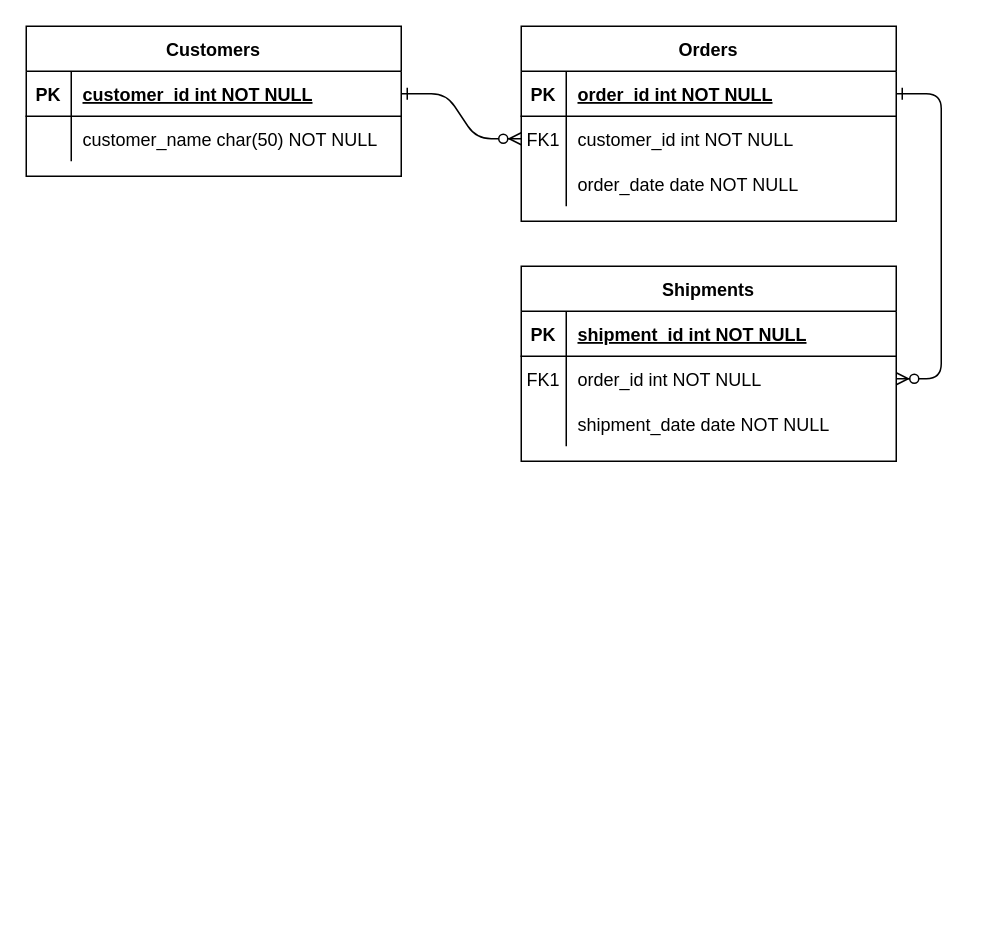
This is er_prictice2.drawio from Y-DIK/DAIHUKU, a draw.io file, before an edit. Source tidied: cells renumbered, new cells numbered last; positions are measured from the earlier drawing's top-left corner, leaving out a move shared by most shapes. Both pictures are drawn from the tidied source at 150%, with x=0, y=0 at pixel (26, 26).
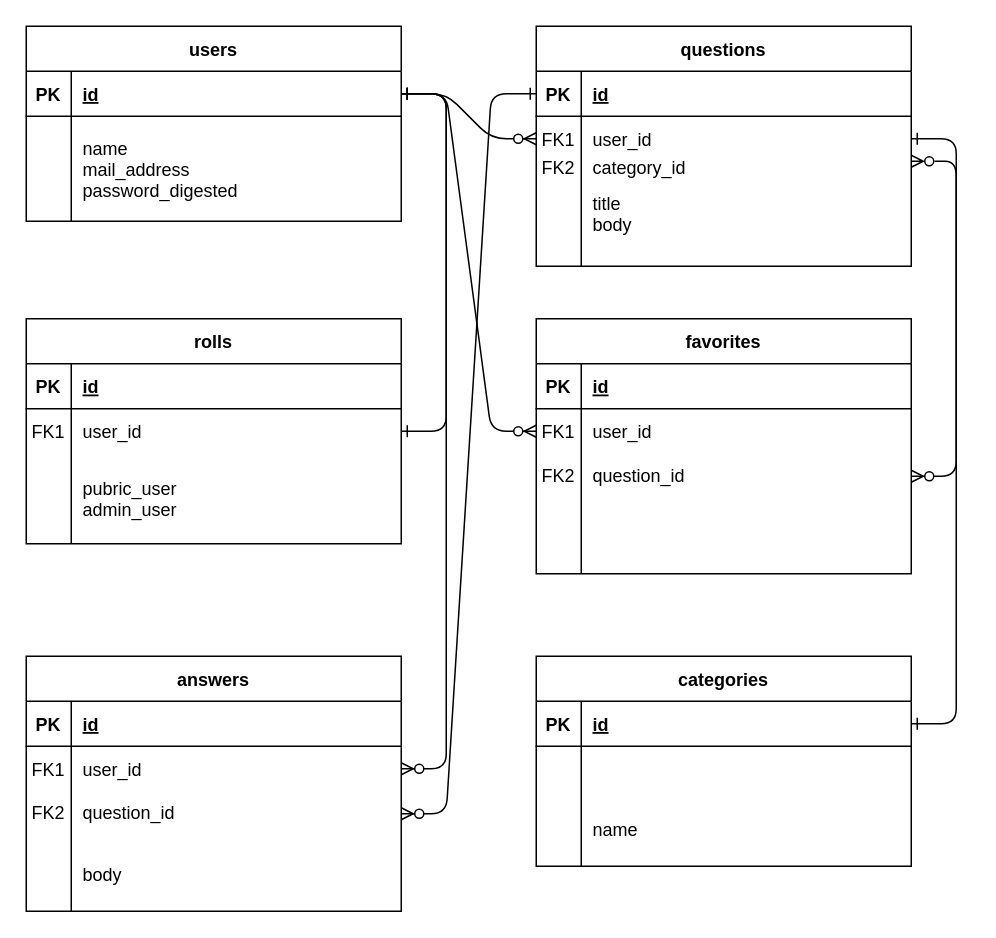
After the change.

Commit message:
er_prictice2.drawio を更新します

Unchanged cells that the change refers to:
```xml
<mxCell id="5" style="shape=partialRectangle;fillColor=none;points=[[0,0.5],[1,0.5]];portConstraint=eastwest;top=0;left=0;right=0;bottom=1;" parent="4" vertex="1">
  <mxGeometry y="30" width="250" height="30" as="geometry" />
</mxCell>
<mxCell id="8" style="shape=partialRectangle;fillColor=none;points=[[0,0.5],[1,0.5]];portConstraint=eastwest;top=0;left=0;right=0;bottom=0;" parent="4" vertex="1">
  <mxGeometry y="60" width="250" height="30" as="geometry" />
</mxCell>
<mxCell id="15" style="shape=partialRectangle;fillColor=none;points=[[0,0.5],[1,0.5]];portConstraint=eastwest;top=0;left=0;right=0;bottom=1;" parent="14" vertex="1">
  <mxGeometry y="30" width="250" height="30" as="geometry" />
</mxCell>
<mxCell id="25" style="shape=partialRectangle;fillColor=none;points=[[0,0.5],[1,0.5]];portConstraint=eastwest;top=0;left=0;right=0;bottom=1;" parent="24" vertex="1">
  <mxGeometry y="30" width="250" height="30" as="geometry" />
</mxCell>
```

What changed in the source:
```diff
@@
-    <mxCell id="2" style="edgeStyle=entityRelationEdgeStyle;endArrow=ERzeroToMany;startArrow=ERone;endFill=1;startFill=0;" parent="1" edge="1" source="25" target="8">
+    <mxCell id="2" style="edgeStyle=entityRelationEdgeStyle;endArrow=ERone;startArrow=ERone;endFill=0;startFill=0;" parent="1" edge="1" source="25" target="8">
       <mxGeometry relative="1" as="geometry" />
     </mxCell>
-    <mxCell id="3" style="edgeStyle=entityRelationEdgeStyle;endArrow=ERzeroToMany;startArrow=ERone;endFill=1;startFill=0;" parent="1" edge="1" source="5" target="18">
-      <mxGeometry relative="1" as="geometry" />
-    </mxCell>
-    <mxCell id="4" value="Orders" style="shape=table;startSize=30;childLayout=tableLayout;rowLines=0;fontStyle=1;align=center;" parent="1" vertex="1">
-      <mxGeometry x="330" width="250" height="130" as="geometry" />
+    <mxCell id="4" value="rolls" style="shape=table;startSize=30;childLayout=tableLayout;rowLines=0;fontStyle=1;align=center;" parent="1" vertex="1">
+      <mxGeometry y="195" width="250" height="150" as="geometry" />
     </mxCell>
@@
-    <mxCell id="7" value="order_id int NOT NULL " style="shape=partialRectangle;overflow=hidden;fillColor=none;top=0;left=0;bottom=0;right=0;align=left;spacingLeft=6;fontStyle=5;" parent="5" vertex="1">
+    <mxCell id="7" value="id" style="shape=partialRectangle;overflow=hidden;fillColor=none;top=0;left=0;bottom=0;right=0;align=left;spacingLeft=6;fontStyle=5;" parent="5" vertex="1">
       <mxGeometry x="30" width="220" height="30" as="geometry" />
     </mxCell>
@@
-    <mxCell id="10" value="customer_id int NOT NULL" style="shape=partialRectangle;overflow=hidden;fillColor=none;top=0;left=0;bottom=0;right=0;align=left;spacingLeft=6;" parent="8" vertex="1">
+    <mxCell id="10" value="user_id" style="shape=partialRectangle;overflow=hidden;fillColor=none;top=0;left=0;bottom=0;right=0;align=left;spacingLeft=6;" parent="8" vertex="1">
       <mxGeometry x="30" width="220" height="30" as="geometry" />
     </mxCell>
     <mxCell id="11" style="shape=partialRectangle;fillColor=none;top=0;left=0;right=0;bottom=0;" parent="4" vertex="1">
-      <mxGeometry y="90" width="250" height="30" as="geometry" />
+      <mxGeometry y="90" width="250" height="60" as="geometry" />
     </mxCell>
     <mxCell id="12" style="shape=partialRectangle;overflow=hidden;fillColor=none;top=0;left=0;bottom=0;right=0;" parent="11" vertex="1">
-      <mxGeometry width="30" height="30" as="geometry" />
+      <mxGeometry width="30" height="60" as="geometry" />
     </mxCell>
-    <mxCell id="13" value="order_date date NOT NULL" style="shape=partialRectangle;overflow=hidden;fillColor=none;top=0;left=0;bottom=0;right=0;align=left;spacingLeft=6;" parent="11" vertex="1">
-      <mxGeometry x="30" width="220" height="30" as="geometry" />
+    <mxCell id="13" value="pubric_user&#10;admin_user" style="shape=partialRectangle;overflow=hidden;fillColor=none;top=0;left=0;bottom=0;right=0;align=left;spacingLeft=6;" parent="11" vertex="1">
+      <mxGeometry x="30" width="220" height="60" as="geometry" />
     </mxCell>
-    <mxCell id="14" value="Shipments" style="shape=table;startSize=30;childLayout=tableLayout;rowLines=0;fontStyle=1;align=center;" parent="1" vertex="1">
-      <mxGeometry x="330" y="160" width="250" height="130" as="geometry" />
+    <mxCell id="14" value="categories" style="shape=table;startSize=30;childLayout=tableLayout;rowLines=0;fontStyle=1;align=center;" parent="1" vertex="1">
+      <mxGeometry x="340" y="420" width="250" height="140" as="geometry" />
     </mxCell>
@@
-    <mxCell id="17" value="shipment_id int NOT NULL " style="shape=partialRectangle;overflow=hidden;fillColor=none;top=0;left=0;bottom=0;right=0;align=left;spacingLeft=6;fontStyle=5;" parent="15" vertex="1">
+    <mxCell id="17" value="id" style="shape=partialRectangle;overflow=hidden;fillColor=none;top=0;left=0;bottom=0;right=0;align=left;spacingLeft=6;fontStyle=5;" parent="15" vertex="1">
       <mxGeometry x="30" width="220" height="30" as="geometry" />
     </mxCell>
+    <mxCell id="31" style="shape=tableRow;horizontal=0;startSize=0;swimlaneHead=0;swimlaneBody=0;fillColor=none;top=0;left=0;right=0;bottom=0;" parent="14" vertex="1">
+      <mxGeometry y="60" width="250" height="30" as="geometry" />
+    </mxCell>
+    <mxCell id="32" style="shape=partialRectangle;fillColor=none;top=0;left=0;bottom=0;right=0;fontStyle=0;overflow=hidden;whiteSpace=wrap;html=1;" parent="31" vertex="1">
+      <mxGeometry width="30" height="30" as="geometry" />
+    </mxCell>
+    <mxCell id="33" style="shape=partialRectangle;fillColor=none;top=0;left=0;bottom=0;right=0;align=left;spacingLeft=6;fontStyle=0;overflow=hidden;whiteSpace=wrap;html=1;" parent="31" vertex="1">
+      <mxGeometry x="30" width="220" height="30" as="geometry" />
+    </mxCell>
     <mxCell id="18" style="shape=partialRectangle;fillColor=none;points=[[0,0.5],[1,0.5]];portConstraint=eastwest;top=0;left=0;right=0;bottom=0;" parent="14" vertex="1">
-      <mxGeometry y="60" width="250" height="30" as="geometry" />
+      <mxGeometry y="90" width="250" height="50" as="geometry" />
     </mxCell>
-    <mxCell id="19" value="FK1" style="shape=partialRectangle;overflow=hidden;fillColor=none;top=0;left=0;bottom=0;right=0;" parent="18" vertex="1">
-      <mxGeometry width="30" height="30" as="geometry" />
+    <mxCell id="19" style="shape=partialRectangle;overflow=hidden;fillColor=none;top=0;left=0;bottom=0;right=0;" parent="18" vertex="1">
+      <mxGeometry width="30" height="50" as="geometry" />
     </mxCell>
-    <mxCell id="20" value="order_id int NOT NULL" style="shape=partialRectangle;overflow=hidden;fillColor=none;top=0;left=0;bottom=0;right=0;align=left;spacingLeft=6;" parent="18" vertex="1">
-      <mxGeometry x="30" width="220" height="30" as="geometry" />
+    <mxCell id="20" value="name" style="shape=partialRectangle;overflow=hidden;fillColor=none;top=0;left=0;bottom=0;right=0;align=left;spacingLeft=6;" parent="18" vertex="1">
+      <mxGeometry x="30" width="220" height="50" as="geometry" />
     </mxCell>
-    <mxCell id="21" style="shape=partialRectangle;fillColor=none;top=0;left=0;right=0;bottom=0;" parent="14" vertex="1">
-      <mxGeometry y="90" width="250" height="30" as="geometry" />
-    </mxCell>
-    <mxCell id="22" style="shape=partialRectangle;overflow=hidden;fillColor=none;top=0;left=0;bottom=0;right=0;" parent="21" vertex="1">
-      <mxGeometry width="30" height="30" as="geometry" />
-    </mxCell>
-    <mxCell id="23" value="shipment_date date NOT NULL" style="shape=partialRectangle;overflow=hidden;fillColor=none;top=0;left=0;bottom=0;right=0;align=left;spacingLeft=6;" parent="21" vertex="1">
-      <mxGeometry x="30" width="220" height="30" as="geometry" />
-    </mxCell>
-    <mxCell id="24" value="Customers" style="shape=table;startSize=30;childLayout=tableLayout;rowLines=0;fontStyle=1;align=center;" parent="1" vertex="1">
-      <mxGeometry width="250" height="100" as="geometry" />
+    <mxCell id="24" value="users" style="shape=table;startSize=30;childLayout=tableLayout;rowLines=0;fontStyle=1;align=center;" parent="1" vertex="1">
+      <mxGeometry width="250" height="130" as="geometry" />
     </mxCell>
@@
-    <mxCell id="27" value="customer_id int NOT NULL " style="shape=partialRectangle;overflow=hidden;fillColor=none;top=0;left=0;bottom=0;right=0;align=left;spacingLeft=6;fontStyle=5;" parent="25" vertex="1">
+    <mxCell id="27" value="id" style="shape=partialRectangle;overflow=hidden;fillColor=none;top=0;left=0;bottom=0;right=0;align=left;spacingLeft=6;fontStyle=5;" parent="25" vertex="1">
       <mxGeometry x="30" width="220" height="30" as="geometry" />
     </mxCell>
     <mxCell id="28" style="shape=partialRectangle;fillColor=none;top=0;left=0;right=0;bottom=0;" parent="24" vertex="1">
-      <mxGeometry y="60" width="250" height="30" as="geometry" />
+      <mxGeometry y="60" width="250" height="70" as="geometry" />
     </mxCell>
     <mxCell id="29" style="shape=partialRectangle;overflow=hidden;fillColor=none;top=0;left=0;bottom=0;right=0;" parent="28" vertex="1">
-      <mxGeometry width="30" height="30" as="geometry" />
+      <mxGeometry width="30" height="70" as="geometry" />
     </mxCell>
-    <mxCell id="30" value="customer_name char(50) NOT NULL" style="shape=partialRectangle;overflow=hidden;fillColor=none;top=0;left=0;bottom=0;right=0;align=left;spacingLeft=6;" parent="28" vertex="1">
-      <mxGeometry x="30" width="220" height="30" as="geometry" />
+    <mxCell id="30" value="name&#10;mail_address&#10;password_digested" style="shape=partialRectangle;overflow=hidden;fillColor=none;top=0;left=0;bottom=0;right=0;align=left;spacingLeft=6;" parent="28" vertex="1">
+      <mxGeometry x="30" width="220" height="70" as="geometry" />
     </mxCell>
+    <mxCell id="34" value="questions" style="shape=table;startSize=30;childLayout=tableLayout;rowLines=0;fontStyle=1;align=center;" parent="1" vertex="1">
+      <mxGeometry x="340" width="250" height="160" as="geometry" />
+    </mxCell>
+    <mxCell id="35" style="shape=partialRectangle;fillColor=none;points=[[0,0.5],[1,0.5]];portConstraint=eastwest;top=0;left=0;right=0;bottom=1;" parent="34" vertex="1">
+      <mxGeometry y="30" width="250" height="30" as="geometry" />
+    </mxCell>
+    <mxCell id="36" value="PK" style="shape=partialRectangle;overflow=hidden;fillColor=none;top=0;left=0;bottom=0;right=0;fontStyle=1;" parent="35" vertex="1">
+      <mxGeometry width="30" height="30" as="geometry" />
+    </mxCell>
+    <mxCell id="37" value="id" style="shape=partialRectangle;overflow=hidden;fillColor=none;top=0;left=0;bottom=0;right=0;align=left;spacingLeft=6;fontStyle=5;" parent="35" vertex="1">
+      <mxGeometry x="30" width="220" height="30" as="geometry" />
+    </mxCell>
+    <mxCell id="38" style="shape=partialRectangle;fillColor=none;points=[[0,0.5],[1,0.5]];portConstraint=eastwest;top=0;left=0;right=0;bottom=0;" parent="34" vertex="1">
+      <mxGeometry y="60" width="250" height="30" as="geometry" />
+    </mxCell>
+    <mxCell id="39" value="FK1" style="shape=partialRectangle;overflow=hidden;fillColor=none;top=0;left=0;bottom=0;right=0;" parent="38" vertex="1">
+      <mxGeometry width="30" height="30" as="geometry" />
+    </mxCell>
+    <mxCell id="40" value="user_id" style="shape=partialRectangle;overflow=hidden;fillColor=none;top=0;left=0;bottom=0;right=0;align=left;spacingLeft=6;" parent="38" vertex="1">
+      <mxGeometry x="30" width="220" height="30" as="geometry" />
+    </mxCell>
+    <mxCell id="41" style="shape=partialRectangle;fillColor=none;top=0;left=0;right=0;bottom=0;" parent="34" vertex="1">
+      <mxGeometry y="90" width="250" height="70" as="geometry" />
+    </mxCell>
+    <mxCell id="42" style="shape=partialRectangle;overflow=hidden;fillColor=none;top=0;left=0;bottom=0;right=0;" parent="41" vertex="1">
+      <mxGeometry width="30" height="70" as="geometry" />
+    </mxCell>
+    <mxCell id="43" value="title&#10;body" style="shape=partialRectangle;overflow=hidden;fillColor=none;top=0;left=0;bottom=0;right=0;align=left;spacingLeft=6;" parent="41" vertex="1">
+      <mxGeometry x="30" width="220" height="70" as="geometry" />
+    </mxCell>
+    <mxCell id="44" style="edgeStyle=entityRelationEdgeStyle;endArrow=ERone;startArrow=ERzeroToMany;endFill=0;startFill=0;entryX=1;entryY=0.5;entryDx=0;entryDy=0;" parent="1" edge="1" target="15">
+      <mxGeometry relative="1" as="geometry">
+        <mxPoint x="590" y="90" as="sourcePoint" />
+        <Array as="points">
+          <mxPoint x="630" y="410" />
+          <mxPoint x="730" y="210" />
+          <mxPoint x="730" y="230" />
+          <mxPoint x="740" y="220" />
+          <mxPoint x="700" y="210" />
+          <mxPoint x="670" y="230" />
+        </Array>
+      </mxGeometry>
+    </mxCell>
+    <mxCell id="45" style="edgeStyle=entityRelationEdgeStyle;endArrow=ERzeroToMany;startArrow=ERone;endFill=1;startFill=0;exitX=1;exitY=0.5;exitDx=0;exitDy=0;entryX=0;entryY=0.5;entryDx=0;entryDy=0;" parent="1" edge="1" source="25" target="38">
+      <mxGeometry relative="1" as="geometry" />
+    </mxCell>
+    <mxCell id="46" value="answers" style="shape=table;startSize=30;childLayout=tableLayout;rowLines=0;fontStyle=1;align=center;" parent="1" vertex="1">
+      <mxGeometry y="420" width="250" height="170" as="geometry" />
+    </mxCell>
+    <mxCell id="47" style="shape=partialRectangle;fillColor=none;top=0;left=0;right=0;bottom=1;" parent="46" vertex="1">
+      <mxGeometry y="30" width="250" height="30" as="geometry" />
+    </mxCell>
+    <mxCell id="48" value="PK" style="shape=partialRectangle;overflow=hidden;fillColor=none;top=0;left=0;bottom=0;right=0;fontStyle=1;" parent="47" vertex="1">
+      <mxGeometry width="30" height="30" as="geometry" />
+    </mxCell>
+    <mxCell id="49" value="id" style="shape=partialRectangle;overflow=hidden;fillColor=none;top=0;left=0;bottom=0;right=0;align=left;spacingLeft=6;fontStyle=5;" parent="47" vertex="1">
+      <mxGeometry x="30" width="220" height="30" as="geometry" />
+    </mxCell>
+    <mxCell id="50" style="shape=partialRectangle;fillColor=none;points=[[0,0.5],[1,0.5]];portConstraint=eastwest;top=0;left=0;right=0;bottom=0;" parent="46" vertex="1">
+      <mxGeometry y="60" width="250" height="30" as="geometry" />
+    </mxCell>
+    <mxCell id="51" value="FK1" style="shape=partialRectangle;overflow=hidden;fillColor=none;top=0;left=0;bottom=0;right=0;" parent="50" vertex="1">
+      <mxGeometry width="30" height="30" as="geometry" />
+    </mxCell>
+    <mxCell id="52" value="user_id" style="shape=partialRectangle;overflow=hidden;fillColor=none;top=0;left=0;bottom=0;right=0;align=left;spacingLeft=6;" parent="50" vertex="1">
+      <mxGeometry x="30" width="220" height="30" as="geometry" />
+    </mxCell>
+    <mxCell id="53" style="shape=tableRow;horizontal=0;startSize=0;swimlaneHead=0;swimlaneBody=0;fillColor=none;points=[[0,0.5],[1,0.5]];portConstraint=eastwest;top=0;left=0;right=0;bottom=0;" parent="46" vertex="1">
+      <mxGeometry y="90" width="250" height="30" as="geometry" />
+    </mxCell>
+    <mxCell id="54" value="FK2" style="shape=partialRectangle;fillColor=none;top=0;left=0;bottom=0;right=0;fontStyle=0;overflow=hidden;whiteSpace=wrap;html=1;" parent="53" vertex="1">
+      <mxGeometry width="30" height="30" as="geometry" />
+    </mxCell>
+    <mxCell id="55" value="question_id" style="shape=partialRectangle;fillColor=none;top=0;left=0;bottom=0;right=0;align=left;spacingLeft=6;fontStyle=0;overflow=hidden;whiteSpace=wrap;html=1;" parent="53" vertex="1">
+      <mxGeometry x="30" width="220" height="30" as="geometry" />
+    </mxCell>
+    <mxCell id="56" style="shape=partialRectangle;fillColor=none;top=0;left=0;right=0;bottom=0;" parent="46" vertex="1">
+      <mxGeometry y="120" width="250" height="50" as="geometry" />
+    </mxCell>
+    <mxCell id="57" style="shape=partialRectangle;overflow=hidden;fillColor=none;top=0;left=0;bottom=0;right=0;" parent="56" vertex="1">
+      <mxGeometry width="30" height="50" as="geometry" />
+    </mxCell>
+    <mxCell id="58" value="body" style="shape=partialRectangle;overflow=hidden;fillColor=none;top=0;left=0;bottom=0;right=0;align=left;spacingLeft=6;" parent="56" vertex="1">
+      <mxGeometry x="30" width="220" height="50" as="geometry" />
+    </mxCell>
+    <mxCell id="59" style="edgeStyle=entityRelationEdgeStyle;endArrow=ERzeroToMany;startArrow=ERone;endFill=1;startFill=0;exitX=1;exitY=0.5;exitDx=0;exitDy=0;entryX=1;entryY=0.5;entryDx=0;entryDy=0;" parent="1" edge="1" source="25" target="50">
+      <mxGeometry relative="1" as="geometry" />
+    </mxCell>
+    <mxCell id="60" value="favorites" style="shape=table;startSize=30;childLayout=tableLayout;rowLines=0;fontStyle=1;align=center;" parent="1" vertex="1">
+      <mxGeometry x="340" y="195" width="250" height="170" as="geometry" />
+    </mxCell>
+    <mxCell id="61" style="shape=partialRectangle;fillColor=none;top=0;left=0;right=0;bottom=1;" parent="60" vertex="1">
+      <mxGeometry y="30" width="250" height="30" as="geometry" />
+    </mxCell>
+    <mxCell id="62" value="PK" style="shape=partialRectangle;overflow=hidden;fillColor=none;top=0;left=0;bottom=0;right=0;fontStyle=1;" parent="61" vertex="1">
+      <mxGeometry width="30" height="30" as="geometry" />
+    </mxCell>
+    <mxCell id="63" value="id" style="shape=partialRectangle;overflow=hidden;fillColor=none;top=0;left=0;bottom=0;right=0;align=left;spacingLeft=6;fontStyle=5;" parent="61" vertex="1">
+      <mxGeometry x="30" width="220" height="30" as="geometry" />
+    </mxCell>
+    <mxCell id="64" style="shape=partialRectangle;fillColor=none;points=[[0,0.5],[1,0.5]];portConstraint=eastwest;top=0;left=0;right=0;bottom=0;" parent="60" vertex="1">
+      <mxGeometry y="60" width="250" height="30" as="geometry" />
+    </mxCell>
+    <mxCell id="65" value="FK1" style="shape=partialRectangle;overflow=hidden;fillColor=none;top=0;left=0;bottom=0;right=0;" parent="64" vertex="1">
+      <mxGeometry width="30" height="30" as="geometry" />
+    </mxCell>
+    <mxCell id="66" value="user_id" style="shape=partialRectangle;overflow=hidden;fillColor=none;top=0;left=0;bottom=0;right=0;align=left;spacingLeft=6;" parent="64" vertex="1">
+      <mxGeometry x="30" width="220" height="30" as="geometry" />
+    </mxCell>
+    <mxCell id="67" style="shape=tableRow;horizontal=0;startSize=0;swimlaneHead=0;swimlaneBody=0;fillColor=none;points=[[0,0.5],[1,0.5]];portConstraint=eastwest;top=0;left=0;right=0;bottom=0;" parent="60" vertex="1">
+      <mxGeometry y="90" width="250" height="30" as="geometry" />
+    </mxCell>
+    <mxCell id="68" value="FK2" style="shape=partialRectangle;fillColor=none;top=0;left=0;bottom=0;right=0;fontStyle=0;overflow=hidden;whiteSpace=wrap;html=1;" parent="67" vertex="1">
+      <mxGeometry width="30" height="30" as="geometry" />
+    </mxCell>
+    <mxCell id="69" value="question_id" style="shape=partialRectangle;fillColor=none;top=0;left=0;bottom=0;right=0;align=left;spacingLeft=6;fontStyle=0;overflow=hidden;whiteSpace=wrap;html=1;" parent="67" vertex="1">
+      <mxGeometry x="30" width="220" height="30" as="geometry" />
+    </mxCell>
+    <mxCell id="70" style="shape=partialRectangle;fillColor=none;top=0;left=0;right=0;bottom=0;" parent="60" vertex="1">
+      <mxGeometry y="120" width="250" height="50" as="geometry" />
+    </mxCell>
+    <mxCell id="71" style="shape=partialRectangle;overflow=hidden;fillColor=none;top=0;left=0;bottom=0;right=0;" parent="70" vertex="1">
+      <mxGeometry width="30" height="50" as="geometry" />
+    </mxCell>
+    <mxCell id="72" style="shape=partialRectangle;overflow=hidden;fillColor=none;top=0;left=0;bottom=0;right=0;align=left;spacingLeft=6;" parent="70" vertex="1">
+      <mxGeometry x="30" width="220" height="50" as="geometry" />
+    </mxCell>
+    <mxCell id="73" style="edgeStyle=entityRelationEdgeStyle;endArrow=ERzeroToMany;startArrow=ERone;endFill=1;startFill=0;entryX=0;entryY=0.5;entryDx=0;entryDy=0;exitX=1;exitY=0.5;exitDx=0;exitDy=0;" parent="1" edge="1" source="25" target="64">
+      <mxGeometry relative="1" as="geometry" />
+    </mxCell>
+    <mxCell id="74" style="edgeStyle=entityRelationEdgeStyle;endArrow=ERzeroToMany;startArrow=ERone;endFill=1;startFill=0;entryX=1;entryY=0.5;entryDx=0;entryDy=0;exitX=1;exitY=0.5;exitDx=0;exitDy=0;" parent="1" edge="1" source="38" target="67">
+      <mxGeometry relative="1" as="geometry" />
+    </mxCell>
+    <mxCell id="75" style="edgeStyle=entityRelationEdgeStyle;endArrow=ERzeroToMany;startArrow=ERone;endFill=1;startFill=0;exitX=0;exitY=0.5;exitDx=0;exitDy=0;entryX=1;entryY=0.5;entryDx=0;entryDy=0;" parent="1" edge="1" source="35" target="53">
+      <mxGeometry relative="1" as="geometry" />
+    </mxCell>
+    <mxCell id="76" value="FK2" style="shape=partialRectangle;fillColor=none;top=0;left=0;bottom=0;right=0;fontStyle=0;overflow=hidden;whiteSpace=wrap;html=1;" parent="1" vertex="1">
+      <mxGeometry x="340" y="80" width="30" height="30" as="geometry" />
+    </mxCell>
+    <mxCell id="77" value="category_id" style="shape=partialRectangle;fillColor=none;top=0;left=0;bottom=0;right=0;align=left;spacingLeft=6;fontStyle=0;overflow=hidden;whiteSpace=wrap;html=1;" parent="1" vertex="1">
+      <mxGeometry x="370" y="80" width="220" height="30" as="geometry" />
+    </mxCell>
```
